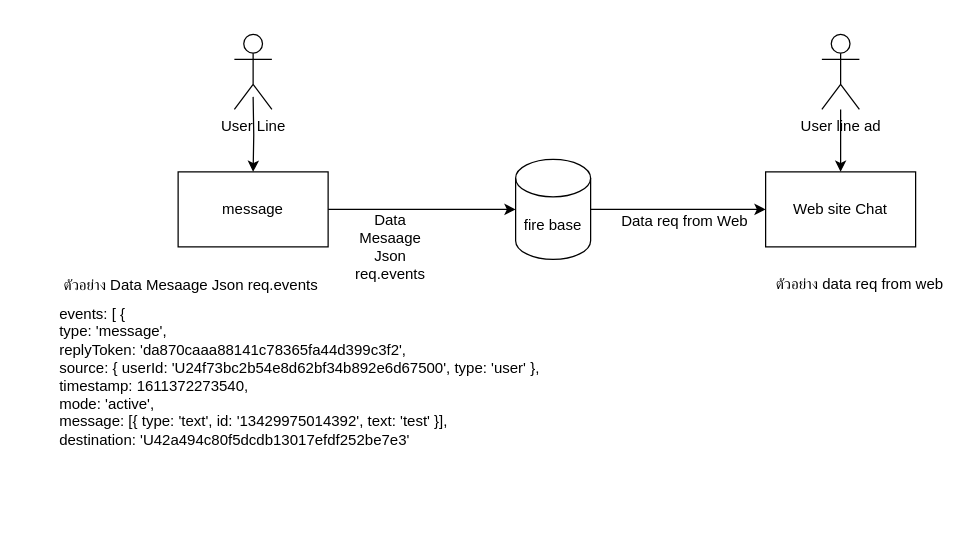
The draw.io diagram Untitled Diagram.drawio in thossapolud/wechat_bk, before the edit. Source tidied: cells renumbered, new cells numbered last; positions are measured from the earlier drawing's top-left corner, leaving out a move shared by most shapes. Both pictures are drawn from the tidied source at 125%, with x=0, y=0 at pixel (52, 34).
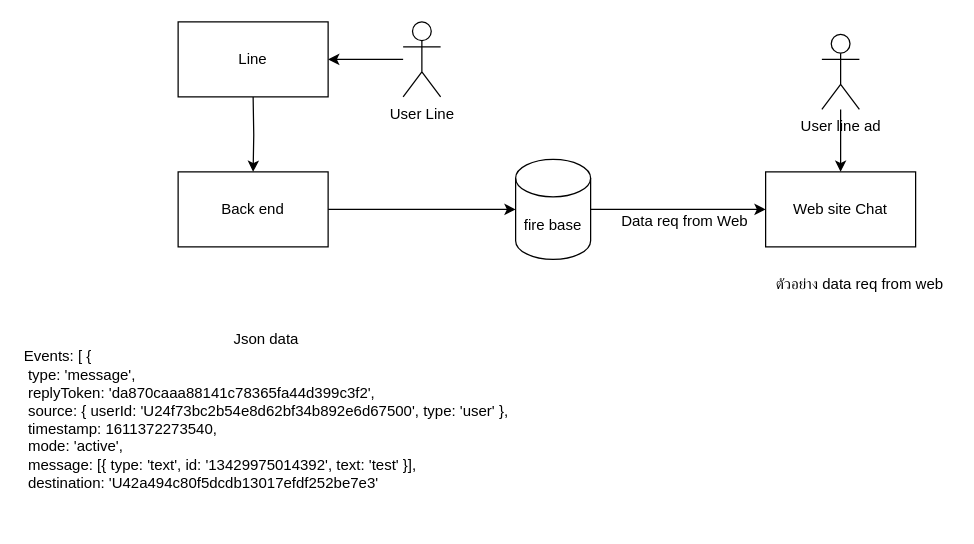
The same page after the edit.

Diff of the diagram source:
```diff
@@
 <mxGraphModel>
   <root>
     <mxCell id="0" />
     <mxCell id="1" parent="0" />
     <mxCell id="2" style="edgeStyle=orthogonalEdgeStyle;rounded=0;jettySize=auto;html=1;" parent="1" edge="1" source="3" target="7">
       <mxGeometry relative="1" as="geometry" />
     </mxCell>
-    <mxCell id="3" value="message" style="rounded=0;whiteSpace=wrap;html=1;" parent="1" vertex="1">
+    <mxCell id="3" value="Back end" style="rounded=0;whiteSpace=wrap;html=1;" parent="1" vertex="1">
       <mxGeometry x="100" y="110" width="120" height="60" as="geometry" />
     </mxCell>
     <mxCell id="4" style="edgeStyle=orthogonalEdgeStyle;rounded=0;jettySize=auto;html=1;" parent="1" edge="1" target="3">
       <mxGeometry relative="1" as="geometry">
         <mxPoint x="160" y="50" as="sourcePoint" />
       </mxGeometry>
     </mxCell>
+    <mxCell id="16" style="edgeStyle=orthogonalEdgeStyle;rounded=0;jettySize=auto;html=1;" parent="1" edge="1" source="5" target="17">
+      <mxGeometry relative="1" as="geometry" />
+    </mxCell>
     <mxCell id="5" value="User Line" style="shape=umlActor;verticalLabelPosition=bottom;verticalAlign=top;html=1;outlineConnect=0;align=center;" parent="1" vertex="1">
-      <mxGeometry x="145" width="30" height="60" as="geometry" />
+      <mxGeometry x="280" y="-10" width="30" height="60" as="geometry" />
     </mxCell>
     <mxCell id="6" style="endArrow=classic;html=1;fontFamily=Helvetica;fontSize=11;fontColor=#000000;align=center;strokeColor=#000000;edgeStyle=orthogonalEdgeStyle;" parent="1" edge="1" source="7" target="8">
       <mxGeometry relative="1" as="geometry">
         <Array as="points">
           <mxPoint x="510" y="140" />
           <mxPoint x="510" y="140" />
         </Array>
       </mxGeometry>
     </mxCell>
     <mxCell id="7" value="fire base" style="shape=cylinder3;whiteSpace=wrap;html=1;boundedLbl=1;backgroundOutline=1;size=15;align=center;" parent="1" vertex="1">
       <mxGeometry x="370" y="100" width="60" height="80" as="geometry" />
     </mxCell>
     <mxCell id="8" value="Web site Chat" style="rounded=0;whiteSpace=wrap;html=1;align=center;" parent="1" vertex="1">
       <mxGeometry x="570" y="110" width="120" height="60" as="geometry" />
     </mxCell>
-    <mxCell id="9" value="Data Mesaage Json req.events" style="text;html=1;strokeColor=none;fillColor=none;align=center;verticalAlign=middle;whiteSpace=wrap;rounded=0;" parent="1" vertex="1">
-      <mxGeometry x="250" y="160" width="40" height="20" as="geometry" />
-    </mxCell>
-    <mxCell id="10" value="ตัวอย่าง&amp;nbsp;&lt;span&gt;Data Mesaage Json req.events&lt;br&gt;&lt;br&gt;&lt;br&gt;&lt;/span&gt;" style="text;html=1;align=center;verticalAlign=middle;" parent="1" vertex="1">
-      <mxGeometry y="190" width="220" height="50" as="geometry" />
-    </mxCell>
-    <mxCell id="11" value="&amp;nbsp;events: [    { &lt;br&gt;&amp;nbsp;type: 'message',&lt;br&gt;&amp;nbsp;replyToken: 'da870caaa88141c78365fa44d399c3f2',&lt;br&gt;&amp;nbsp;source: { userId: 'U24f73bc2b54e8d62bf34b892e6d67500', type: 'user' },&lt;br&gt;&amp;nbsp;timestamp: 1611372273540,&lt;br&gt;&amp;nbsp;mode: 'active',&lt;br&gt;&amp;nbsp;message: [{ type: 'text', id: '13429975014392', text: 'test' }],&lt;br&gt;&amp;nbsp;destination: 'U42a494c80f5dcdb13017efdf252be7e3'" style="text;whiteSpace=wrap;html=1;" parent="1" vertex="1">
-      <mxGeometry y="210" width="410" height="160" as="geometry" />
+    <mxCell id="11" value="&lt;div style=&quot;text-align: center&quot;&gt;&lt;span&gt;Json data&lt;/span&gt;&lt;/div&gt;Events: [    { &lt;br&gt;&amp;nbsp;type: 'message',&lt;br&gt;&amp;nbsp;replyToken: 'da870caaa88141c78365fa44d399c3f2',&lt;br&gt;&amp;nbsp;source: { userId: 'U24f73bc2b54e8d62bf34b892e6d67500', type: 'user' },&lt;br&gt;&amp;nbsp;timestamp: 1611372273540,&lt;br&gt;&amp;nbsp;mode: 'active',&lt;br&gt;&amp;nbsp;message: [{ type: 'text', id: '13429975014392', text: 'test' }],&lt;br&gt;&amp;nbsp;destination: 'U42a494c80f5dcdb13017efdf252be7e3'" style="text;whiteSpace=wrap;html=1;" parent="1" vertex="1">
+      <mxGeometry x="-25" y="230" width="410" height="160" as="geometry" />
     </mxCell>
     <mxCell id="12" value="Data req from Web" style="text;html=1;align=center;verticalAlign=middle;" parent="1" vertex="1">
       <mxGeometry x="450" y="140" width="110" height="20" as="geometry" />
     </mxCell>
     <mxCell id="13" value="ตัวอย่าง data req from web&lt;br&gt;" style="text;html=1;align=center;verticalAlign=middle;" parent="1" vertex="1">
       <mxGeometry x="570" y="190" width="150" height="20" as="geometry" />
     </mxCell>
     <mxCell id="14" style="edgeStyle=orthogonalEdgeStyle;rounded=0;jettySize=auto;html=1;" parent="1" edge="1" source="15" target="8">
       <mxGeometry relative="1" as="geometry" />
     </mxCell>
     <mxCell id="15" value="User line ad" style="shape=umlActor;verticalLabelPosition=bottom;verticalAlign=top;html=1;outlineConnect=0;" parent="1" vertex="1">
       <mxGeometry x="615" width="30" height="60" as="geometry" />
     </mxCell>
+    <mxCell id="17" value="Line" style="rounded=0;whiteSpace=wrap;html=1;" parent="1" vertex="1">
+      <mxGeometry x="100" y="-10" width="120" height="60" as="geometry" />
+    </mxCell>
   </root>
 </mxGraphModel>
```
